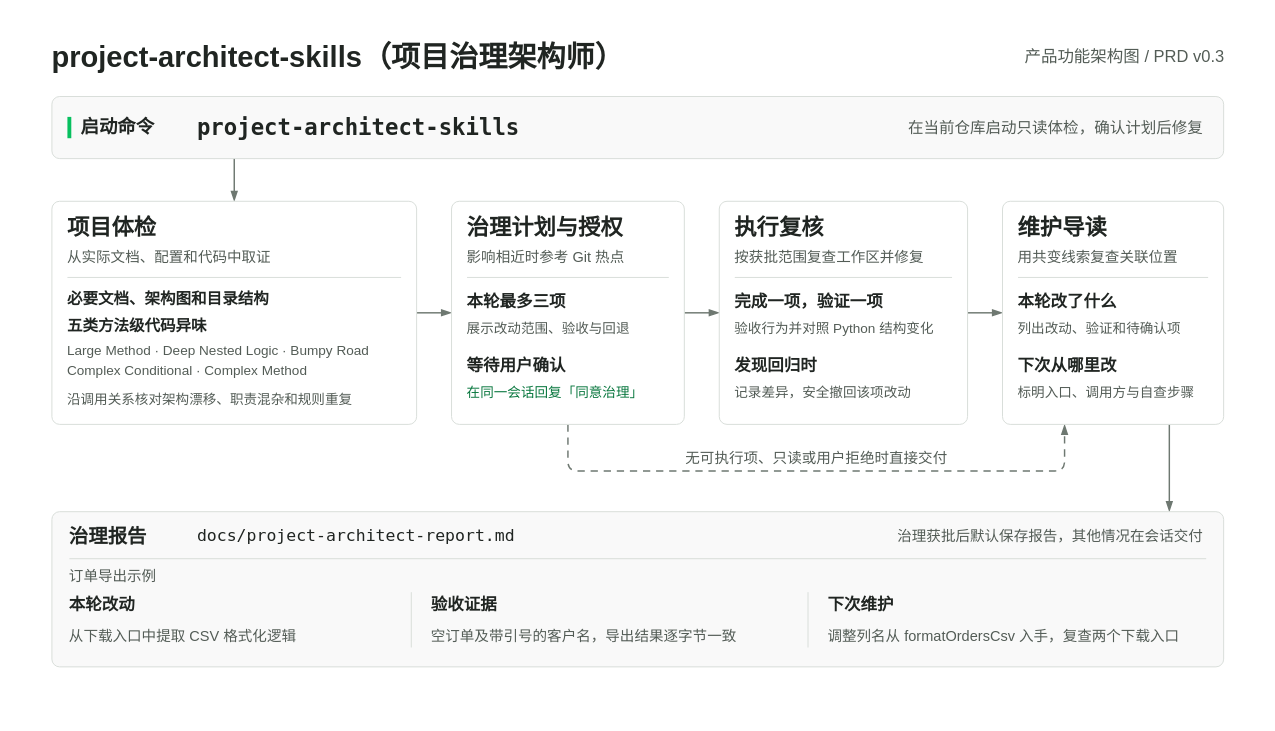
Earlier version of the draw.io diagram docs/diagrams/product-functional-architecture.drawio (cabbage2000-lab/project-architect-skills). Source tidied: cells renumbered, new cells numbered last; positions are measured from the earlier drawing's top-left corner, leaving out a move shared by most shapes. Both pictures are drawn from the tidied source at 97%, with x=0, y=0 at pixel (16, 16).
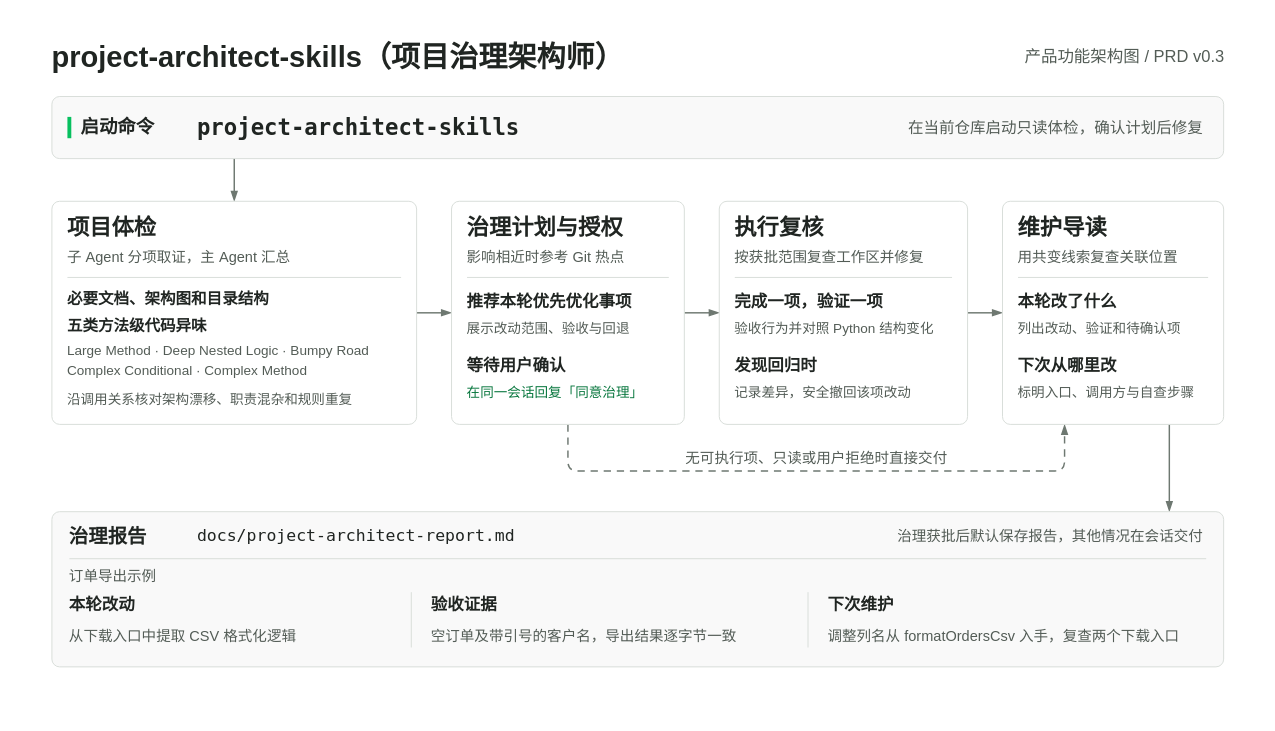
The same page after the edit.

Commit message (it also covers changes not shown here):
分派子 Agent 体检并按评估结果推荐治理事项

The change refers to these unchanged cells:
```xml
<mxCell id="16" style="rounded=1;absoluteArcSize=1;arcSize=16;strokeWidth=1;html=1;fillColor=#FFFFFF;strokeColor=#D8DDD9;" parent="2" vertex="1">
  <mxGeometry x="36" y="190" width="376" height="230" as="geometry" />
</mxCell>
<mxCell id="25" style="rounded=1;absoluteArcSize=1;arcSize=16;strokeWidth=1;html=1;fillColor=#FFFFFF;strokeColor=#D8DDD9;" parent="2" vertex="1">
  <mxGeometry x="448" y="190" width="240" height="230" as="geometry" />
</mxCell>
```

What changed in the source:
```diff
@@
-    <mxCell id="18" value="从实际文档、配置和代码中取证" style="text;html=1;whiteSpace=nowrap;fillColor=none;strokeColor=none;fontFamily=PingFang SC;fontSize=15;fontColor=#535C56;fontStyle=0;align=left;verticalAlign=middle;spacing=0;spacingTop=0;spacingBottom=0;spacingLeft=0;spacingRight=0;" parent="16" vertex="1">
+    <mxCell id="18" value="子 Agent 分项取证，主 Agent 汇总" style="text;html=1;whiteSpace=nowrap;fillColor=none;strokeColor=none;fontFamily=PingFang SC;fontSize=15;fontColor=#535C56;fontStyle=0;align=left;verticalAlign=middle;spacing=0;spacingTop=0;spacingBottom=0;spacingLeft=0;spacingRight=0;" parent="16" vertex="1">
       <mxGeometry x="16" y="46" width="344" height="22" as="geometry" />
     </mxCell>
@@
-    <mxCell id="29" value="本轮最多三项" style="text;html=1;whiteSpace=nowrap;fillColor=none;strokeColor=none;fontFamily=PingFang SC;fontSize=17;fontColor=#202522;fontStyle=1;align=left;verticalAlign=middle;spacing=0;spacingTop=0;spacingBottom=0;spacingLeft=0;spacingRight=0;" parent="25" vertex="1">
+    <mxCell id="29" value="推荐本轮优先优化事项" style="text;html=1;whiteSpace=nowrap;fillColor=none;strokeColor=none;fontFamily=PingFang SC;fontSize=17;fontColor=#202522;fontStyle=1;align=left;verticalAlign=middle;spacing=0;spacingTop=0;spacingBottom=0;spacingLeft=0;spacingRight=0;" parent="25" vertex="1">
       <mxGeometry x="16" y="92" width="208" height="24" as="geometry" />
     </mxCell>
```
